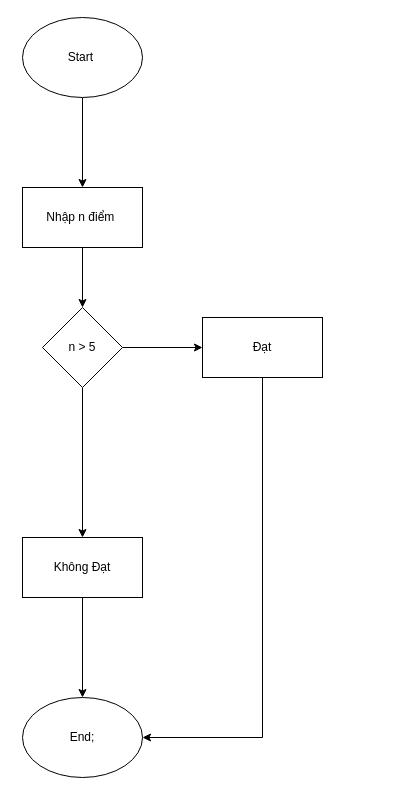
Before: tinhdiem.drawio in phamcongthanhvn2k6/draw.io, a draw.io diagram. Source tidied: cells renumbered, new cells numbered last; positions are measured from the earlier drawing's top-left corner, leaving out a move shared by most shapes. Both pictures are drawn from the tidied source at 100%, with x=0, y=0 at pixel (22, 17).
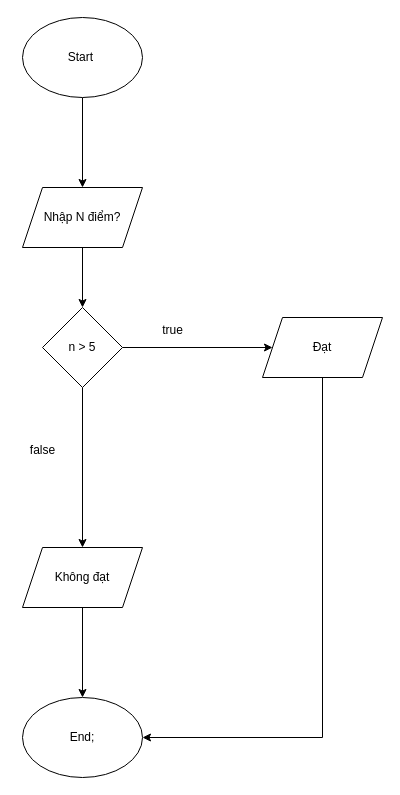
Above is the later version.

Commit message:
Cập nhật tinhdiem.drawio

Diff of the diagram source:
```diff
@@
 <mxGraphModel>
   <root>
     <mxCell id="0" />
     <mxCell id="1" parent="0" />
-    <mxCell id="2" style="edgeStyle=orthogonalEdgeStyle;rounded=0;jettySize=auto;html=1;" parent="1" edge="1" source="3" target="5">
+    <mxCell id="2" style="edgeStyle=orthogonalEdgeStyle;rounded=0;jettySize=auto;html=1;entryX=0.5;entryY=0;entryDx=0;entryDy=0;" parent="1" edge="1" source="3" target="14">
       <mxGeometry relative="1" as="geometry" />
     </mxCell>
     <mxCell id="3" value="Start&amp;nbsp;" style="ellipse;whiteSpace=wrap;html=1;" parent="1" vertex="1">
       <mxGeometry width="120" height="80" as="geometry" />
     </mxCell>
-    <mxCell id="4" style="edgeStyle=orthogonalEdgeStyle;rounded=0;jettySize=auto;html=1;entryX=0.5;entryY=0;entryDx=0;entryDy=0;" parent="1" edge="1" source="5" target="11">
+    <mxCell id="4" style="edgeStyle=orthogonalEdgeStyle;rounded=0;jettySize=auto;html=1;entryX=0.5;entryY=0;entryDx=0;entryDy=0;exitX=0.5;exitY=1;exitDx=0;exitDy=0;" parent="1" edge="1" source="14" target="11">
       <mxGeometry relative="1" as="geometry" />
     </mxCell>
-    <mxCell id="5" value="Nhập n điểm&amp;nbsp;" style="whiteSpace=wrap;html=1;" parent="1" vertex="1">
-      <mxGeometry y="170" width="120" height="60" as="geometry" />
-    </mxCell>
-    <mxCell id="6" style="edgeStyle=orthogonalEdgeStyle;rounded=0;jettySize=auto;html=1;entryX=0.5;entryY=0;entryDx=0;entryDy=0;" parent="1" edge="1" source="7" target="8">
+    <mxCell id="6" style="edgeStyle=orthogonalEdgeStyle;rounded=0;jettySize=auto;html=1;entryX=0.5;entryY=0;entryDx=0;entryDy=0;exitX=0.5;exitY=1;exitDx=0;exitDy=0;" parent="1" edge="1" source="15" target="8">
       <mxGeometry relative="1" as="geometry" />
     </mxCell>
-    <mxCell id="7" value="Không Đạt" style="whiteSpace=wrap;html=1;" parent="1" vertex="1">
-      <mxGeometry y="520" width="120" height="60" as="geometry" />
-    </mxCell>
     <mxCell id="8" value="End;" style="ellipse;whiteSpace=wrap;html=1;" parent="1" vertex="1">
       <mxGeometry y="680" width="120" height="80" as="geometry" />
     </mxCell>
-    <mxCell id="9" style="edgeStyle=orthogonalEdgeStyle;rounded=0;jettySize=auto;html=1;" parent="1" edge="1" source="11" target="13">
+    <mxCell id="9" style="edgeStyle=orthogonalEdgeStyle;rounded=0;jettySize=auto;html=1;entryX=0;entryY=0.5;entryDx=0;entryDy=0;" parent="1" edge="1" source="11" target="13">
       <mxGeometry relative="1" as="geometry" />
     </mxCell>
-    <mxCell id="10" style="edgeStyle=orthogonalEdgeStyle;rounded=0;jettySize=auto;html=1;exitX=0.5;exitY=1;exitDx=0;exitDy=0;entryX=0.5;entryY=0;entryDx=0;entryDy=0;" parent="1" edge="1" source="11" target="7">
+    <mxCell id="10" style="edgeStyle=orthogonalEdgeStyle;rounded=0;jettySize=auto;html=1;exitX=0.5;exitY=1;exitDx=0;exitDy=0;entryX=0.5;entryY=0;entryDx=0;entryDy=0;" parent="1" edge="1" source="11" target="15">
       <mxGeometry relative="1" as="geometry" />
     </mxCell>
     <mxCell id="11" value="n &amp;gt; 5" style="rhombus;whiteSpace=wrap;html=1;" parent="1" vertex="1">
       <mxGeometry x="20" y="290" width="80" height="80" as="geometry" />
     </mxCell>
     <mxCell id="12" style="edgeStyle=orthogonalEdgeStyle;rounded=0;jettySize=auto;html=1;exitX=0.5;exitY=1;exitDx=0;exitDy=0;entryX=1;entryY=0.5;entryDx=0;entryDy=0;" parent="1" edge="1" source="13" target="8">
       <mxGeometry relative="1" as="geometry" />
     </mxCell>
+    <mxCell id="14" value="Nhập N điểm?" style="shape=parallelogram;perimeter=parallelogramPerimeter;whiteSpace=wrap;html=1;fixedSize=1;" parent="1" vertex="1">
+      <mxGeometry y="170" width="120" height="60" as="geometry" />
+    </mxCell>
-    <mxCell id="13" value="Đạt" style="whiteSpace=wrap;html=1;" parent="1" vertex="1">
-      <mxGeometry x="180" y="300" width="120" height="60" as="geometry" />
+    <mxCell id="13" value="Đạt" style="shape=parallelogram;perimeter=parallelogramPerimeter;whiteSpace=wrap;html=1;fixedSize=1;" parent="1" vertex="1">
+      <mxGeometry x="240" y="300" width="120" height="60" as="geometry" />
     </mxCell>
+    <mxCell id="15" value="Không đạt" style="shape=parallelogram;perimeter=parallelogramPerimeter;whiteSpace=wrap;html=1;fixedSize=1;" parent="1" vertex="1">
+      <mxGeometry y="530" width="120" height="60" as="geometry" />
+    </mxCell>
+    <mxCell id="16" value="true" style="text;html=1;align=center;verticalAlign=middle;strokeColor=none;fillColor=none;" parent="1" vertex="1">
+      <mxGeometry x="130" y="298" width="40" height="30" as="geometry" />
+    </mxCell>
+    <mxCell id="17" value="false" style="text;html=1;align=center;verticalAlign=middle;strokeColor=none;fillColor=none;" parent="1" vertex="1">
+      <mxGeometry x="-5" y="418" width="50" height="30" as="geometry" />
+    </mxCell>
   </root>
 </mxGraphModel>
```
